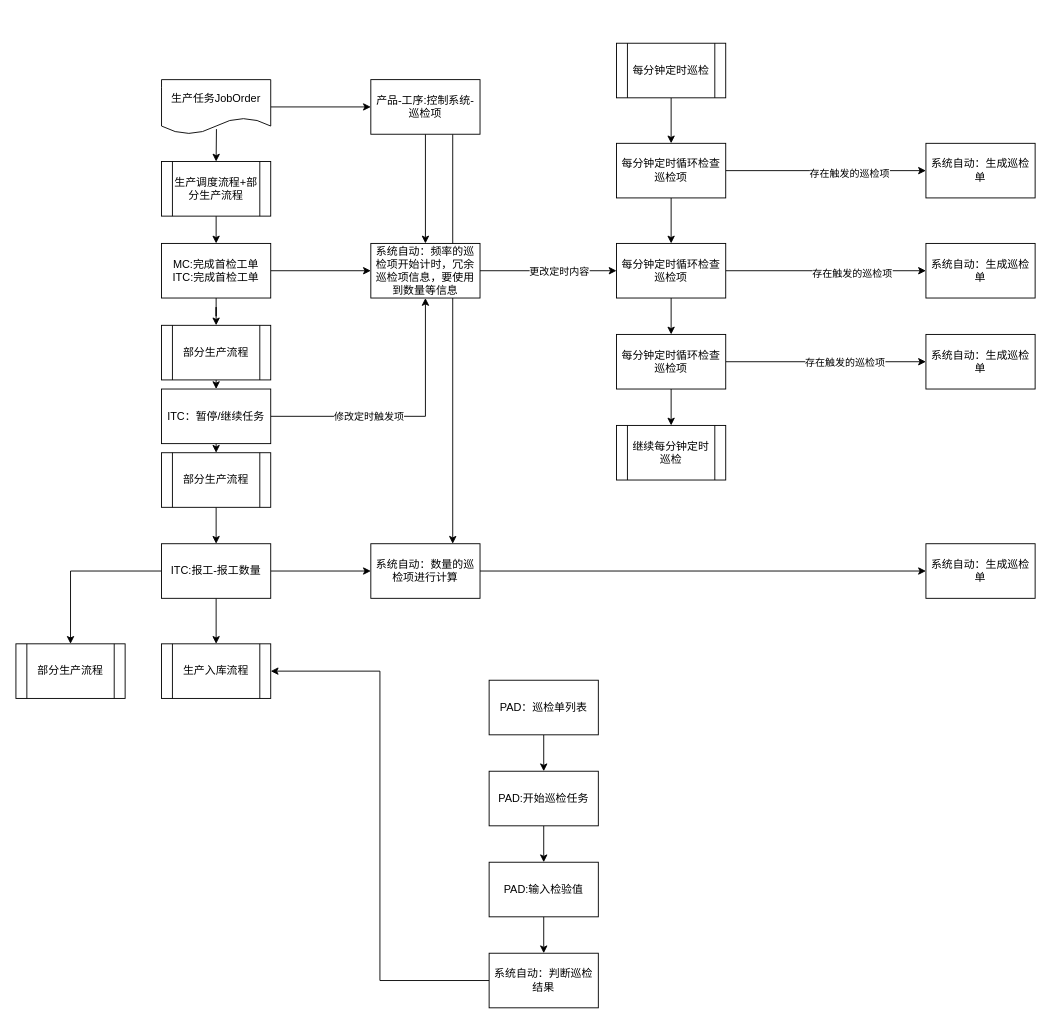
sstlin/os-shell keeps this draw.io diagram as page "巡检" (2 of 6) of 首检流程.drawio. Above is the earlier version. Source tidied: cells renumbered, new cells numbered last; positions are measured from the earlier drawing's top-left corner, leaving out a move shared by most shapes. Both pictures are drawn from the tidied source at 91%, with x=0, y=0 at pixel (15, 43).
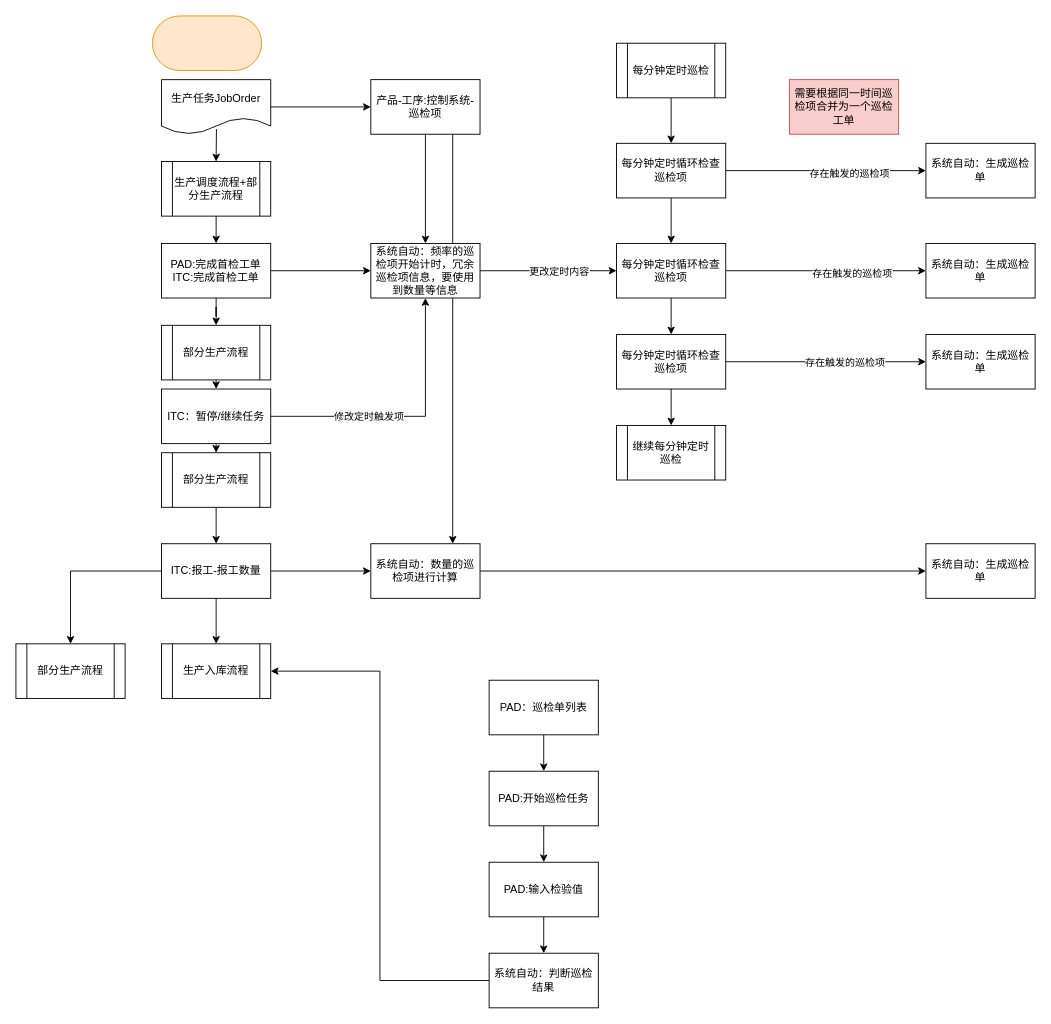
After the change.

Diff of the diagram source:
```diff
@@
-    <mxCell id="4" value="MC:完成首检工单&lt;br&gt;ITC:完成首检工单" style="rounded=0;whiteSpace=wrap;html=1;" parent="1" vertex="1">
+    <mxCell id="4" value="PAD:完成首检工单&lt;br&gt;ITC:完成首检工单" style="rounded=0;whiteSpace=wrap;html=1;" parent="1" vertex="1">
       <mxGeometry x="160" y="220" width="120" height="60" as="geometry" />
     </mxCell>
@@
+    <mxCell id="59" style="rounded=1;whiteSpace=wrap;html=1;arcSize=50;fillColor=#ffe6cc;strokeColor=#d79b00;" parent="1" vertex="1">
+      <mxGeometry x="150" y="-30" width="120" height="60" as="geometry" />
+    </mxCell>
+    <mxCell id="60" value="需要根据同一时间巡检项合并为一个巡检工单" style="rounded=1;whiteSpace=wrap;html=1;fillColor=#f8cecc;strokeColor=#b85450;arcSize=0;" parent="1" vertex="1">
+      <mxGeometry x="850" y="40" width="120" height="60" as="geometry" />
+    </mxCell>
```
